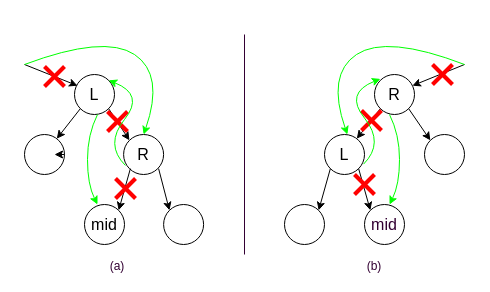
This is page "rotate LR" (3 of 13) of diagram/bst.drawio from mtshing/msdm5051, a draw.io file, before an edit. Source tidied: cells renumbered, new cells numbered last; positions are measured from the earlier drawing's top-left corner, leaving out a move shared by most shapes. Both pictures are drawn from the tidied source at 100%, with x=0, y=0 at pixel (24, 34).
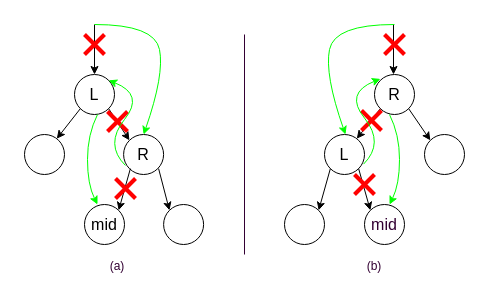
After the change.

Unchanged cells that the change refers to:
```xml
<mxCell id="5" value="&lt;font style=&quot;font-size: 16px;&quot;&gt;R&lt;/font&gt;" style="ellipse;whiteSpace=wrap;html=1;" parent="1" vertex="1">
  <mxGeometry x="350" y="40" width="40" height="40" as="geometry" />
</mxCell>
<mxCell id="15" value="&lt;font style=&quot;font-size: 16px;&quot;&gt;L&lt;/font&gt;" style="ellipse;whiteSpace=wrap;html=1;" parent="1" vertex="1">
  <mxGeometry x="50" y="40" width="40" height="40" as="geometry" />
</mxCell>
<mxCell id="16" style="ellipse;whiteSpace=wrap;html=1;" parent="1" vertex="1">
  <mxGeometry y="100" width="40" height="40" as="geometry" />
</mxCell>
<mxCell id="17" value="&lt;font style=&quot;font-size: 16px;&quot;&gt;R&lt;/font&gt;" style="ellipse;whiteSpace=wrap;html=1;" parent="1" vertex="1">
  <mxGeometry x="99.1" y="100" width="40" height="40" as="geometry" />
</mxCell>
```

Diff of the diagram source:
```diff
@@
-    <mxCell id="10" style="endArrow=classic;html=1;rounded=0;fontSize=18;entryX=0.948;entryY=0.28;entryDx=0;entryDy=0;entryPerimeter=0;" parent="1" edge="1" target="5">
-      <mxGeometry relative="1" as="geometry">
-        <mxPoint x="440" y="30" as="sourcePoint" />
-      </mxGeometry>
-    </mxCell>
@@
-    <mxCell id="24" style="endArrow=classic;html=1;rounded=0;fontSize=18;entryX=0.948;entryY=0.28;entryDx=0;entryDy=0;entryPerimeter=0;exitX=0.948;exitY=0.28;exitDx=0;exitDy=0;exitPerimeter=0;" parent="1" edge="1">
+    <mxCell id="24" style="endArrow=classic;html=1;rounded=0;fontSize=18;entryX=0.5;entryY=0;entryDx=0;entryDy=0;" parent="1" edge="1" target="15">
       <mxGeometry relative="1" as="geometry">
-        <mxPoint y="30" as="sourcePoint" />
-        <mxPoint x="53" y="51.2" as="targetPoint" />
+        <mxPoint x="70" y="-10" as="sourcePoint" />
       </mxGeometry>
     </mxCell>
@@
     <mxCell id="33" style="group;" parent="1" vertex="1">
-      <mxGeometry x="20" y="32" width="20" height="20" as="geometry" />
+      <mxGeometry x="60" width="20" height="20" as="geometry" />
     </mxCell>
@@
     <mxCell id="36" style="curved=1;endArrow=classic;html=1;rounded=0;strokeColor=#00FF00;strokeWidth=1;fontSize=16;fontColor=#330033;entryX=0.5;entryY=0;entryDx=0;entryDy=0;" parent="1" edge="1" target="17">
       <mxGeometry relative="1" as="geometry">
-        <mxPoint y="30" as="sourcePoint" />
+        <mxPoint x="70" y="-10" as="sourcePoint" />
         <Array as="points">
-          <mxPoint x="80" />
+          <mxPoint x="130" y="-10" />
           <mxPoint x="140" y="40" />
         </Array>
       </mxGeometry>
     </mxCell>
-    <mxCell id="37" style="curved=1;endArrow=classic;html=1;rounded=0;strokeColor=#00FF00;strokeWidth=1;fontSize=16;fontColor=#330033;entryX=0.5;entryY=0;entryDx=0;entryDy=0;" parent="1" edge="1">
-      <mxGeometry relative="1" as="geometry">
-        <mxPoint x="440" y="30" as="sourcePoint" />
-        <mxPoint x="322.9" y="100" as="targetPoint" />
-        <Array as="points">
-          <mxPoint x="362" />
-          <mxPoint x="302" y="40" />
-        </Array>
-      </mxGeometry>
-    </mxCell>
@@
-    <mxCell id="46" style="group;" parent="1" vertex="1">
-      <mxGeometry x="408" y="30" width="20" height="20" as="geometry" />
-    </mxCell>
-    <mxCell id="47" style="endArrow=none;html=1;rounded=0;strokeColor=#FF0000;fontSize=16;fontColor=#330033;strokeWidth=4;" parent="46" edge="1">
-      <mxGeometry relative="1" as="geometry">
-        <mxPoint y="20" as="sourcePoint" />
-        <mxPoint x="20" as="targetPoint" />
-      </mxGeometry>
-    </mxCell>
-    <mxCell id="48" style="endArrow=none;html=1;rounded=0;strokeColor=#FF0000;fontSize=16;fontColor=#330033;strokeWidth=4;" parent="46" edge="1">
-      <mxGeometry relative="1" as="geometry">
-        <mxPoint x="20" y="20" as="sourcePoint" />
-        <mxPoint as="targetPoint" />
-      </mxGeometry>
-    </mxCell>
-    <mxCell id="49" style="edgeStyle=orthogonalEdgeStyle;rounded=0;orthogonalLoop=1;jettySize=auto;html=1;exitX=1;exitY=0.5;exitDx=0;exitDy=0;entryX=0.75;entryY=0.5;entryDx=0;entryDy=0;entryPerimeter=0;" parent="1" edge="1" source="16" target="16">
-      <mxGeometry relative="1" as="geometry" />
-    </mxCell>
+    <mxCell id="50" style="endArrow=classic;html=1;rounded=0;fontSize=18;entryX=0.5;entryY=0;entryDx=0;entryDy=0;" parent="1" edge="1">
+      <mxGeometry relative="1" as="geometry">
+        <mxPoint x="369" y="-10" as="sourcePoint" />
+        <mxPoint x="369" y="40" as="targetPoint" />
+      </mxGeometry>
+    </mxCell>
+    <mxCell id="51" style="group;" parent="1" vertex="1">
+      <mxGeometry x="360" width="20" height="20" as="geometry" />
+    </mxCell>
+    <mxCell id="52" style="endArrow=none;html=1;rounded=0;strokeColor=#FF0000;fontSize=16;fontColor=#330033;strokeWidth=4;" parent="51" edge="1">
+      <mxGeometry relative="1" as="geometry">
+        <mxPoint y="20" as="sourcePoint" />
+        <mxPoint x="20" as="targetPoint" />
+      </mxGeometry>
+    </mxCell>
+    <mxCell id="53" style="endArrow=none;html=1;rounded=0;strokeColor=#FF0000;fontSize=16;fontColor=#330033;strokeWidth=4;" parent="51" edge="1">
+      <mxGeometry relative="1" as="geometry">
+        <mxPoint x="20" y="20" as="sourcePoint" />
+        <mxPoint as="targetPoint" />
+      </mxGeometry>
+    </mxCell>
+    <mxCell id="54" style="curved=1;endArrow=classic;html=1;rounded=0;strokeColor=#00FF00;strokeWidth=1;fontSize=16;fontColor=#330033;entryX=0.5;entryY=0;entryDx=0;entryDy=0;" parent="1" edge="1">
+      <mxGeometry relative="1" as="geometry">
+        <mxPoint x="370" y="-10" as="sourcePoint" />
+        <mxPoint x="321" y="100" as="targetPoint" />
+        <Array as="points">
+          <mxPoint x="310" y="-10" />
+          <mxPoint x="300" y="40" />
+        </Array>
+      </mxGeometry>
+    </mxCell>
```
